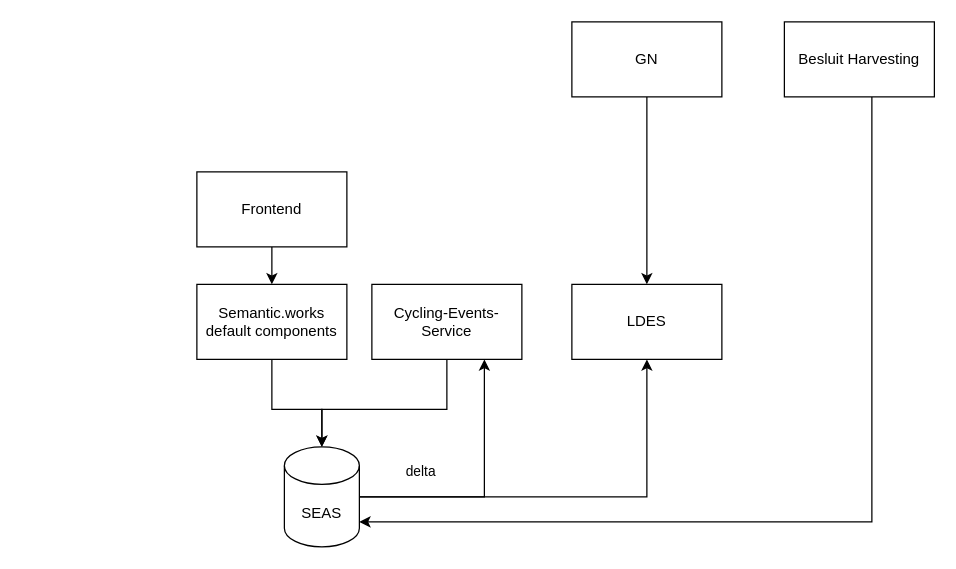
This is architecture.drawio.xml from lblod/app-cycling-requests-group-10, a draw.io file, before an edit. Source tidied: cells renumbered, new cells numbered last; positions are measured from the earlier drawing's top-left corner, leaving out a move shared by most shapes. Both pictures are drawn from the tidied source at 125%, with x=0, y=0 at pixel (196, 21).
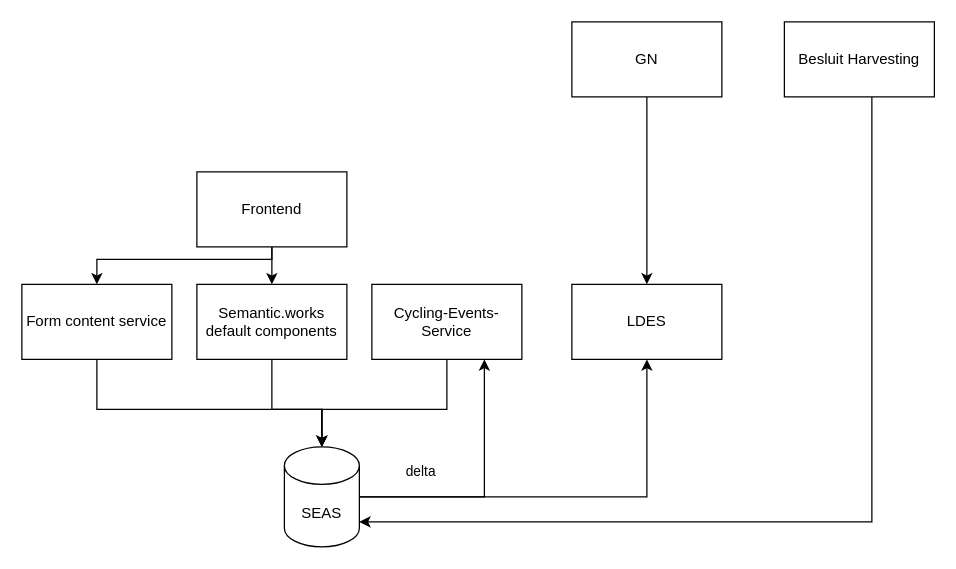
The same page after the edit.

Commit message (it also covers changes not shown here):
frontend and form-content service

The change refers to these unchanged cells:
```xml
<mxCell id="4" value="SEAS" style="shape=cylinder3;whiteSpace=wrap;html=1;boundedLbl=1;backgroundOutline=1;size=15;" parent="1" vertex="1">
  <mxGeometry x="70" y="340" width="60" height="80" as="geometry" />
</mxCell>
<mxCell id="6" value="Frontend" style="rounded=0;whiteSpace=wrap;html=1;" parent="1" vertex="1">
  <mxGeometry y="120" width="120" height="60" as="geometry" />
</mxCell>
```

What changed in the source:
```diff
@@
+    <mxCell id="16" style="edgeStyle=orthogonalEdgeStyle;rounded=0;jettySize=auto;html=1;" parent="1" edge="1" source="6" target="18">
+      <mxGeometry relative="1" as="geometry">
+        <Array as="points">
+          <mxPoint x="60" y="190" />
+          <mxPoint x="-80" y="190" />
+        </Array>
+      </mxGeometry>
+    </mxCell>
@@
+    <mxCell id="17" style="edgeStyle=orthogonalEdgeStyle;rounded=0;jettySize=auto;html=1;" parent="1" edge="1" source="18" target="4">
+      <mxGeometry relative="1" as="geometry">
+        <Array as="points">
+          <mxPoint x="-80" y="310" />
+          <mxPoint x="100" y="310" />
+        </Array>
+      </mxGeometry>
+    </mxCell>
+    <mxCell id="18" value="Form content service" style="rounded=0;whiteSpace=wrap;html=1;" parent="1" vertex="1">
+      <mxGeometry x="-140" y="210" width="120" height="60" as="geometry" />
+    </mxCell>
```
